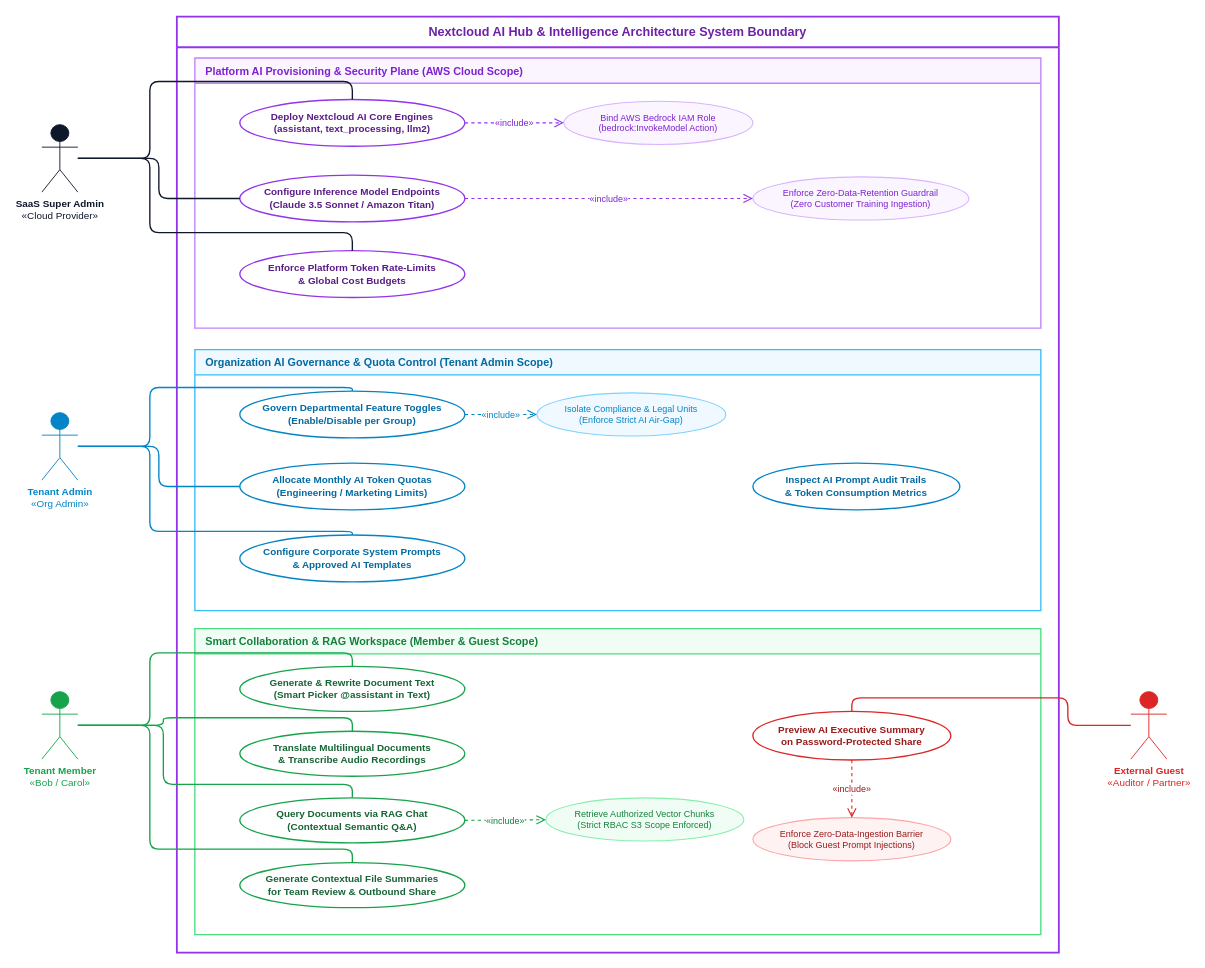
The draw.io diagram nextcloud_ai_features_usecase.drawio in FilestoreCloud/docs, before the edit. Source tidied: cells renumbered, new cells numbered last; positions are measured from the earlier drawing's top-left corner, leaving out a move shared by most shapes. Both pictures are drawn from the tidied source at 90%, with x=0, y=0 at pixel (41, 16).
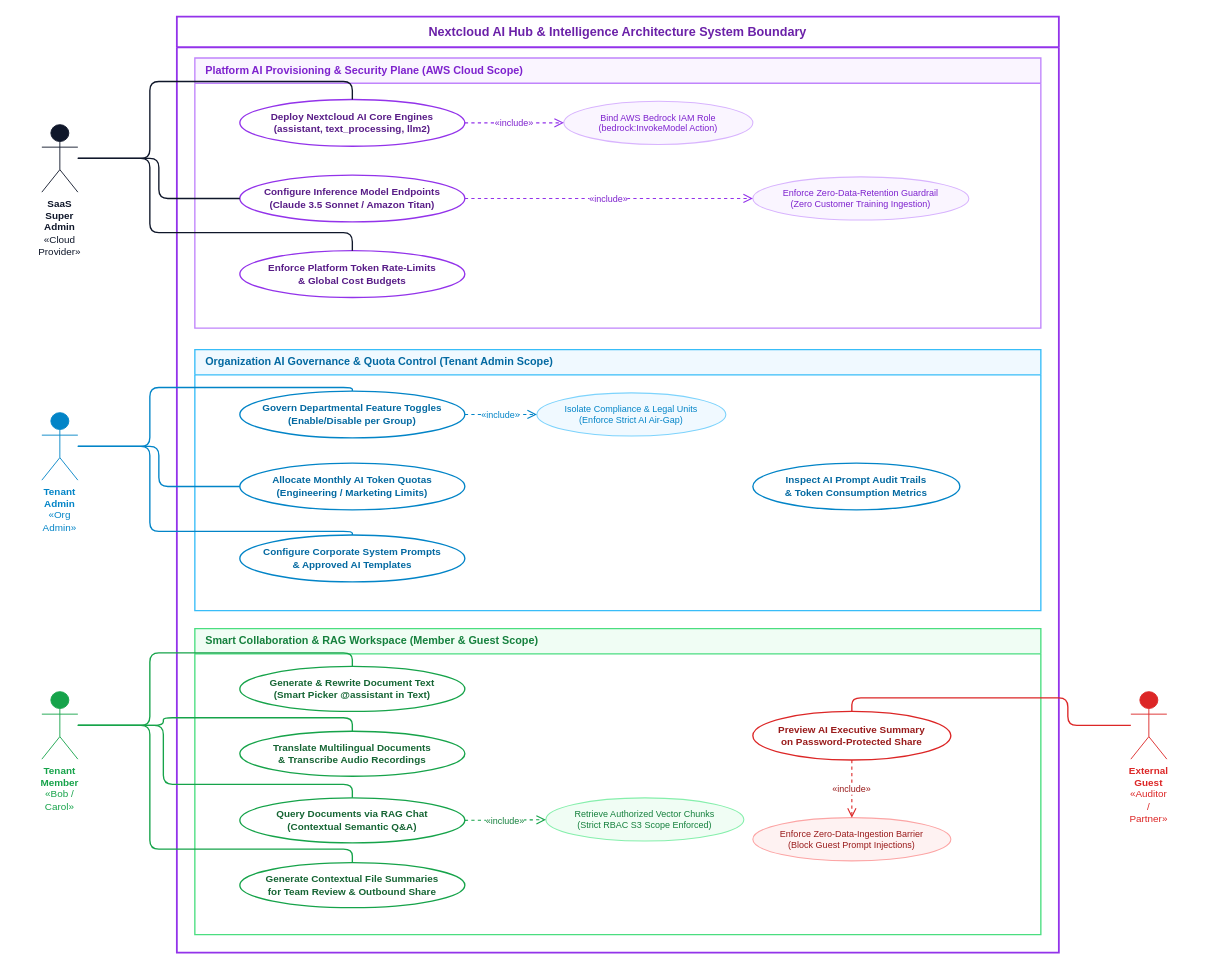
After the change.

Unchanged cells that the change refers to:
```xml
<mxCell id="4" value="Deploy Nextcloud AI Core Engines&#10;(assistant, text_processing, llm2)" style="ellipse;whiteSpace=wrap;html=1;fillColor=#FFFFFF;strokeColor=#9333EA;strokeWidth=1.5;fontSize=11;fontColor=#581C87;align=center;fontStyle=1;" parent="3" vertex="1">
  <mxGeometry x="50" y="46" width="250" height="52" as="geometry" />
</mxCell>
<mxCell id="5" value="Bind AWS Bedrock IAM Role&#10;(bedrock:InvokeModel Action)" style="ellipse;whiteSpace=wrap;html=1;fillColor=#FAF5FF;strokeColor=#D8B4FE;strokeWidth=1.2;fontSize=10;fontColor=#7E22CE;align=center;" parent="3" vertex="1">
  <mxGeometry x="410" y="48" width="210" height="48" as="geometry" />
</mxCell>
<mxCell id="6" value="Configure Inference Model Endpoints&#10;(Claude 3.5 Sonnet / Amazon Titan)" style="ellipse;whiteSpace=wrap;html=1;fillColor=#FFFFFF;strokeColor=#9333EA;strokeWidth=1.5;fontSize=11;fontColor=#581C87;align=center;fontStyle=1;" parent="3" vertex="1">
  <mxGeometry x="50" y="130" width="250" height="52" as="geometry" />
</mxCell>
<mxCell id="7" value="Enforce Zero-Data-Retention Guardrail&#10;(Zero Customer Training Ingestion)" style="ellipse;whiteSpace=wrap;html=1;fillColor=#FAF5FF;strokeColor=#D8B4FE;strokeWidth=1.2;fontSize=10;fontColor=#7E22CE;align=center;" parent="3" vertex="1">
  <mxGeometry x="620" y="132" width="240" height="48" as="geometry" />
</mxCell>
<mxCell id="12" value="Govern Departmental Feature Toggles&#10;(Enable/Disable per Group)" style="ellipse;whiteSpace=wrap;html=1;fillColor=#FFFFFF;strokeColor=#0284C7;strokeWidth=1.5;fontSize=11;fontColor=#0369A1;align=center;fontStyle=1;" parent="11" vertex="1">
  <mxGeometry x="50" y="46" width="250" height="52" as="geometry" />
</mxCell>
<mxCell id="13" value="Isolate Compliance &amp; Legal Units&#10;(Enforce Strict AI Air-Gap)" style="ellipse;whiteSpace=wrap;html=1;fillColor=#F0F9FF;strokeColor=#7DD3FC;strokeWidth=1.2;fontSize=10;fontColor=#0284C7;align=center;" parent="11" vertex="1">
  <mxGeometry x="380" y="48" width="210" height="48" as="geometry" />
</mxCell>
<mxCell id="21" value="Query Documents via RAG Chat&#10;(Contextual Semantic Q&amp;A)" style="ellipse;whiteSpace=wrap;html=1;fillColor=#FFFFFF;strokeColor=#16A34A;strokeWidth=1.5;fontSize=11;fontColor=#166534;align=center;fontStyle=1;" parent="18" vertex="1">
  <mxGeometry x="50" y="188" width="250" height="50" as="geometry" />
</mxCell>
<mxCell id="22" value="Retrieve Authorized Vector Chunks&#10;(Strict RBAC S3 Scope Enforced)" style="ellipse;whiteSpace=wrap;html=1;fillColor=#F0FDF4;strokeColor=#86EFAC;strokeWidth=1.2;fontSize=10;fontColor=#15803D;align=center;" parent="18" vertex="1">
  <mxGeometry x="390" y="188" width="220" height="48" as="geometry" />
</mxCell>
<mxCell id="24" value="Preview AI Executive Summary&#10;on Password-Protected Share" style="ellipse;whiteSpace=wrap;html=1;fillColor=#FFFFFF;strokeColor=#DC2626;strokeWidth=1.5;fontSize=11;fontColor=#991B1B;align=center;fontStyle=1;" parent="18" vertex="1">
  <mxGeometry x="620" y="92" width="220" height="54" as="geometry" />
</mxCell>
<mxCell id="25" value="Enforce Zero-Data-Ingestion Barrier&#10;(Block Guest Prompt Injections)" style="ellipse;whiteSpace=wrap;html=1;fillColor=#FEF2F2;strokeColor=#FCA5A5;strokeWidth=1.2;fontSize=10;fontColor=#991B1B;align=center;" parent="18" vertex="1">
  <mxGeometry x="620" y="210" width="220" height="48" as="geometry" />
</mxCell>
```

Diff of the diagram source:
```diff
@@
-    <mxCell id="2" value="Nextcloud AI Hub &amp; Intelligence Architecture System Boundary" style="swimlane;startSize=34;fillColor=none;strokeColor=#9333EA;strokeWidth=2;fontStyle=1;fontSize=14;fontColor=#6B21A8;rounded=0;arcSize=0;whiteSpace=wrap;align=center;" parent="1" vertex="1">
+    <mxCell id="2" value="Nextcloud AI Hub &amp; Intelligence Architecture System Boundary" style="swimlane;startSize=34;fillColor=none;strokeColor=#9333EA;strokeWidth=2;fontStyle=1;fontSize=14;fontColor=#6B21A8;rounded=0;arcSize=0;whiteSpace=wrap;align=center;html=1;" parent="1" vertex="1">
       <mxGeometry x="150" width="980" height="1040" as="geometry" />
     </mxCell>
-    <mxCell id="3" value="Platform AI Provisioning &amp; Security Plane (AWS Cloud Scope)" style="swimlane;startSize=28;fillColor=#FAF5FF;strokeColor=#C084FC;strokeWidth=1.5;fontStyle=1;fontSize=12;fontColor=#7E22CE;rounded=0;arcSize=0;align=left;spacingLeft=10;" parent="2" vertex="1">
+    <mxCell id="3" value="Platform AI Provisioning &amp; Security Plane (AWS Cloud Scope)" style="swimlane;startSize=28;fillColor=#FAF5FF;strokeColor=#C084FC;strokeWidth=1.5;fontStyle=1;fontSize=12;fontColor=#7E22CE;rounded=0;arcSize=0;align=left;spacingLeft=10;whiteSpace=wrap;html=1;" parent="2" vertex="1">
       <mxGeometry x="20" y="46" width="940" height="300" as="geometry" />
     </mxCell>
@@
-    <mxCell id="9" value="&amp;laquo;include&amp;raquo;" style="edgeStyle=none;html=1;dashed=1;endArrow=open;endSize=8;strokeColor=#9333EA;strokeWidth=1.2;fontSize=10;fontColor=#7E22CE;align=center;" parent="3" edge="1" source="4" target="5">
+    <mxCell id="9" value="&amp;laquo;include&amp;raquo;" style="edgeStyle=none;html=1;dashed=1;endArrow=open;endSize=8;strokeColor=#9333EA;strokeWidth=1.2;fontSize=10;fontColor=#7E22CE;align=center;whiteSpace=wrap;" parent="3" edge="1" source="4" target="5">
       <mxGeometry relative="1" as="geometry" />
     </mxCell>
-    <mxCell id="10" value="&amp;laquo;include&amp;raquo;" style="edgeStyle=none;html=1;dashed=1;endArrow=open;endSize=8;strokeColor=#9333EA;strokeWidth=1.2;fontSize=10;fontColor=#7E22CE;align=center;" parent="3" edge="1" source="6" target="7">
+    <mxCell id="10" value="&amp;laquo;include&amp;raquo;" style="edgeStyle=none;html=1;dashed=1;endArrow=open;endSize=8;strokeColor=#9333EA;strokeWidth=1.2;fontSize=10;fontColor=#7E22CE;align=center;whiteSpace=wrap;" parent="3" edge="1" source="6" target="7">
       <mxGeometry relative="1" as="geometry" />
     </mxCell>
-    <mxCell id="11" value="Organization AI Governance &amp; Quota Control (Tenant Admin Scope)" style="swimlane;startSize=28;fillColor=#F0F9FF;strokeColor=#38BDF8;strokeWidth=1.5;fontStyle=1;fontSize=12;fontColor=#0369A1;rounded=0;arcSize=0;align=left;spacingLeft=10;" parent="2" vertex="1">
+    <mxCell id="11" value="Organization AI Governance &amp; Quota Control (Tenant Admin Scope)" style="swimlane;startSize=28;fillColor=#F0F9FF;strokeColor=#38BDF8;strokeWidth=1.5;fontStyle=1;fontSize=12;fontColor=#0369A1;rounded=0;arcSize=0;align=left;spacingLeft=10;whiteSpace=wrap;html=1;" parent="2" vertex="1">
       <mxGeometry x="20" y="370" width="940" height="290" as="geometry" />
     </mxCell>
@@
-    <mxCell id="17" value="&amp;laquo;include&amp;raquo;" style="edgeStyle=none;html=1;dashed=1;endArrow=open;endSize=8;strokeColor=#0284C7;strokeWidth=1.2;fontSize=10;fontColor=#0284C7;align=center;" parent="11" edge="1" source="12" target="13">
+    <mxCell id="17" value="&amp;laquo;include&amp;raquo;" style="edgeStyle=none;html=1;dashed=1;endArrow=open;endSize=8;strokeColor=#0284C7;strokeWidth=1.2;fontSize=10;fontColor=#0284C7;align=center;whiteSpace=wrap;" parent="11" edge="1" source="12" target="13">
       <mxGeometry relative="1" as="geometry" />
     </mxCell>
-    <mxCell id="18" value="Smart Collaboration &amp; RAG Workspace (Member &amp; Guest Scope)" style="swimlane;startSize=28;fillColor=#F0FDF4;strokeColor=#4ADE80;strokeWidth=1.5;fontStyle=1;fontSize=12;fontColor=#15803D;rounded=0;arcSize=0;align=left;spacingLeft=10;" parent="2" vertex="1">
+    <mxCell id="18" value="Smart Collaboration &amp; RAG Workspace (Member &amp; Guest Scope)" style="swimlane;startSize=28;fillColor=#F0FDF4;strokeColor=#4ADE80;strokeWidth=1.5;fontStyle=1;fontSize=12;fontColor=#15803D;rounded=0;arcSize=0;align=left;spacingLeft=10;whiteSpace=wrap;html=1;" parent="2" vertex="1">
       <mxGeometry x="20" y="680" width="940" height="340" as="geometry" />
     </mxCell>
@@
-    <mxCell id="26" value="&amp;laquo;include&amp;raquo;" style="edgeStyle=none;html=1;dashed=1;endArrow=open;endSize=8;strokeColor=#16A34A;strokeWidth=1.2;fontSize=10;fontColor=#15803D;align=center;" parent="18" edge="1" source="21" target="22">
+    <mxCell id="26" value="&amp;laquo;include&amp;raquo;" style="edgeStyle=none;html=1;dashed=1;endArrow=open;endSize=8;strokeColor=#16A34A;strokeWidth=1.2;fontSize=10;fontColor=#15803D;align=center;whiteSpace=wrap;" parent="18" edge="1" source="21" target="22">
       <mxGeometry relative="1" as="geometry" />
     </mxCell>
-    <mxCell id="27" value="&amp;laquo;include&amp;raquo;" style="edgeStyle=none;html=1;dashed=1;endArrow=open;endSize=8;strokeColor=#DC2626;strokeWidth=1.2;fontSize=10;fontColor=#991B1B;align=center;" parent="18" edge="1" source="24" target="25">
+    <mxCell id="27" value="&amp;laquo;include&amp;raquo;" style="edgeStyle=none;html=1;dashed=1;endArrow=open;endSize=8;strokeColor=#DC2626;strokeWidth=1.2;fontSize=10;fontColor=#991B1B;align=center;whiteSpace=wrap;" parent="18" edge="1" source="24" target="25">
       <mxGeometry relative="1" as="geometry" />
     </mxCell>
-    <mxCell id="28" value="&lt;b&gt;SaaS Super Admin&lt;/b&gt;&lt;br&gt;&amp;laquo;Cloud Provider&amp;raquo;" style="shape=umlActor;verticalLabelPosition=bottom;verticalAlign=top;html=1;outlineConnect=0;fillColor=#0F172A;strokeColor=#0F172A;fontColor=#0F172A;fontSize=11;" parent="1" vertex="1">
+    <mxCell id="28" value="&lt;b&gt;SaaS Super Admin&lt;/b&gt;&lt;br&gt;&amp;laquo;Cloud Provider&amp;raquo;" style="shape=umlActor;verticalLabelPosition=bottom;verticalAlign=top;html=1;outlineConnect=0;fillColor=#0F172A;strokeColor=#0F172A;fontColor=#0F172A;fontSize=11;whiteSpace=wrap;" parent="1" vertex="1">
       <mxGeometry y="120" width="40" height="75" as="geometry" />
     </mxCell>
-    <mxCell id="29" value="&lt;b&gt;Tenant Admin&lt;/b&gt;&lt;br&gt;&amp;laquo;Org Admin&amp;raquo;" style="shape=umlActor;verticalLabelPosition=bottom;verticalAlign=top;html=1;outlineConnect=0;fillColor=#0284C7;strokeColor=#0284C7;fontColor=#0284C7;fontSize=11;" parent="1" vertex="1">
+    <mxCell id="29" value="&lt;b&gt;Tenant Admin&lt;/b&gt;&lt;br&gt;&amp;laquo;Org Admin&amp;raquo;" style="shape=umlActor;verticalLabelPosition=bottom;verticalAlign=top;html=1;outlineConnect=0;fillColor=#0284C7;strokeColor=#0284C7;fontColor=#0284C7;fontSize=11;whiteSpace=wrap;" parent="1" vertex="1">
       <mxGeometry y="440" width="40" height="75" as="geometry" />
     </mxCell>
-    <mxCell id="30" value="&lt;b&gt;Tenant Member&lt;/b&gt;&lt;br&gt;&amp;laquo;Bob / Carol&amp;raquo;" style="shape=umlActor;verticalLabelPosition=bottom;verticalAlign=top;html=1;outlineConnect=0;fillColor=#16A34A;strokeColor=#16A34A;fontColor=#16A34A;fontSize=11;" parent="1" vertex="1">
+    <mxCell id="30" value="&lt;b&gt;Tenant Member&lt;/b&gt;&lt;br&gt;&amp;laquo;Bob / Carol&amp;raquo;" style="shape=umlActor;verticalLabelPosition=bottom;verticalAlign=top;html=1;outlineConnect=0;fillColor=#16A34A;strokeColor=#16A34A;fontColor=#16A34A;fontSize=11;whiteSpace=wrap;" parent="1" vertex="1">
       <mxGeometry y="750" width="40" height="75" as="geometry" />
     </mxCell>
-    <mxCell id="31" value="&lt;b&gt;External Guest&lt;/b&gt;&lt;br&gt;&amp;laquo;Auditor / Partner&amp;raquo;" style="shape=umlActor;verticalLabelPosition=bottom;verticalAlign=top;html=1;outlineConnect=0;fillColor=#DC2626;strokeColor=#DC2626;fontColor=#DC2626;fontSize=11;" parent="1" vertex="1">
+    <mxCell id="31" value="&lt;b&gt;External Guest&lt;/b&gt;&lt;br&gt;&amp;laquo;Auditor / Partner&amp;raquo;" style="shape=umlActor;verticalLabelPosition=bottom;verticalAlign=top;html=1;outlineConnect=0;fillColor=#DC2626;strokeColor=#DC2626;fontColor=#DC2626;fontSize=11;whiteSpace=wrap;" parent="1" vertex="1">
       <mxGeometry x="1210" y="750" width="40" height="75" as="geometry" />
     </mxCell>
```
